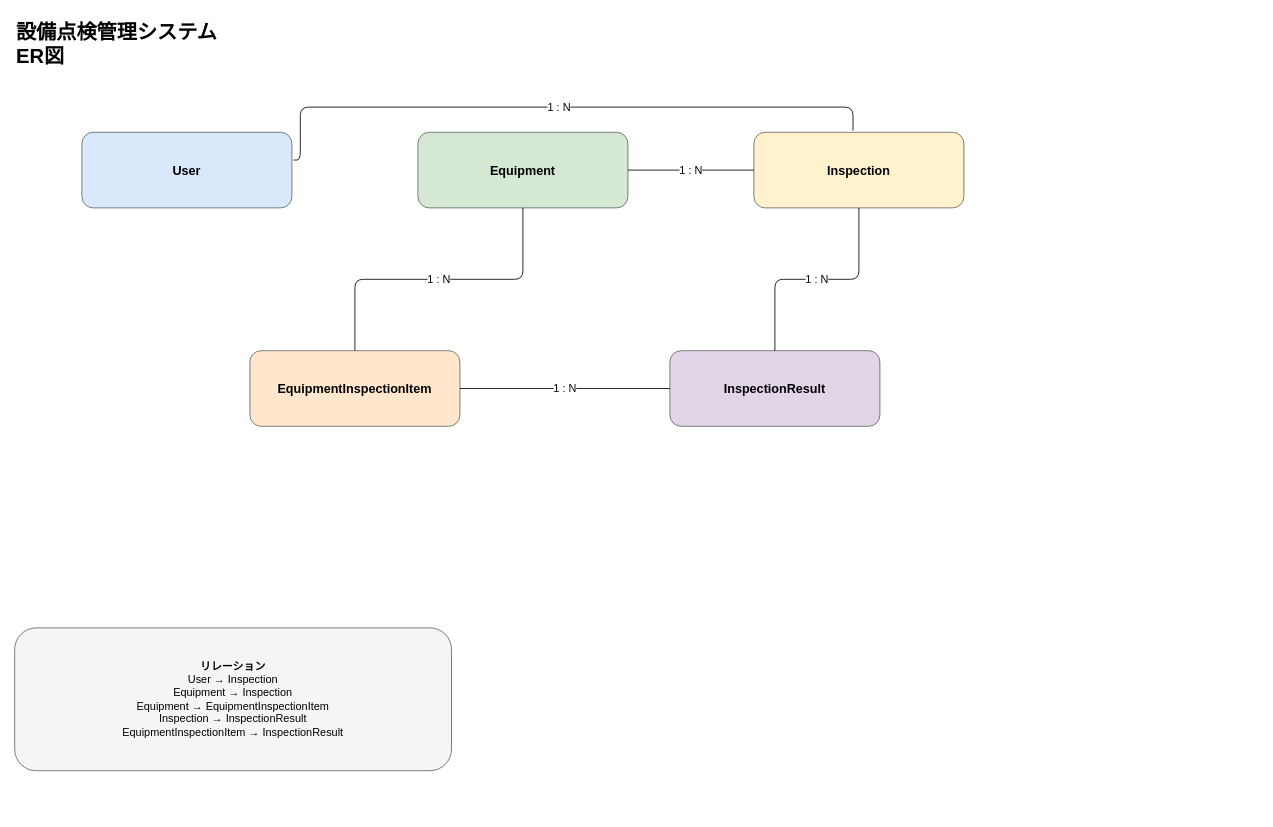
mae134/equipment-inspection-system keeps this draw.io diagram as docs/design/02-er-diagram.drawio. Above is the earlier version. Source tidied: cells renumbered, new cells numbered last; positions are measured from the earlier drawing's top-left corner, leaving out a move shared by most shapes. Both pictures are drawn from the tidied source at 84%, with x=0, y=0 at pixel (14, 14).
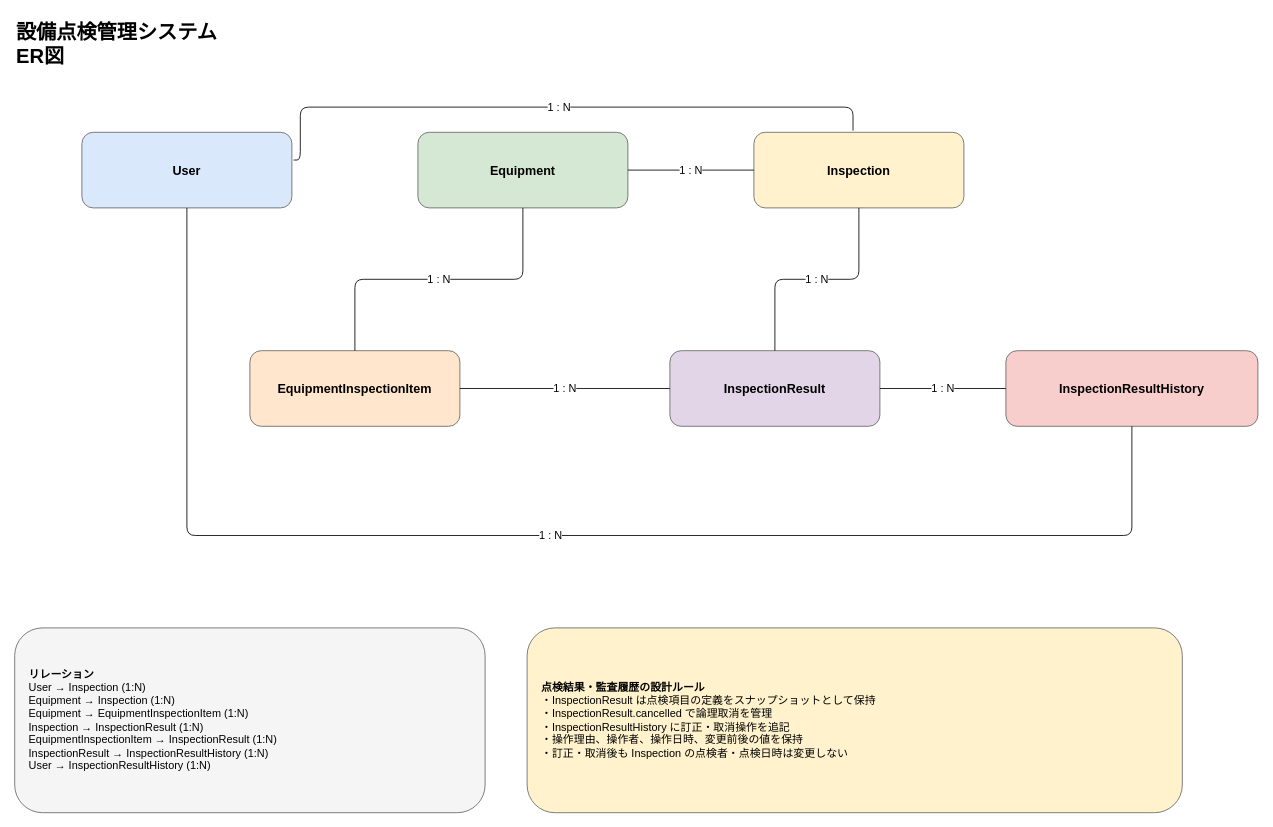
The same page after the edit.

Commit message (it also covers changes not shown here):
docs: update ER diagram with inspection result history

Unchanged cells that the change refers to:
```xml
<mxCell id="3" value="User" style="rounded=1;whiteSpace=wrap;html=1;fillColor=#dae8fc;strokeColor=#666666;fontStyle=1;fontSize=15;" parent="1" vertex="1">
  <mxGeometry x="80" y="140" width="250" height="90" as="geometry" />
</mxCell>
<mxCell id="7" value="InspectionResult" style="rounded=1;whiteSpace=wrap;html=1;fillColor=#e1d5e7;strokeColor=#666666;fontStyle=1;fontSize=15;" parent="1" vertex="1">
  <mxGeometry x="780" y="400" width="250" height="90" as="geometry" />
</mxCell>
```

What changed in the source:
```diff
@@
+    <mxCell id="14" value="InspectionResultHistory" style="rounded=1;whiteSpace=wrap;html=1;fillColor=#f8cecc;strokeColor=#666666;fontStyle=1;fontSize=15;" parent="1" vertex="1">
+      <mxGeometry x="1180" y="400" width="300" height="90" as="geometry" />
+    </mxCell>
@@
+    <mxCell id="15" value="1 : N" style="edgeStyle=orthogonalEdgeStyle;html=1;endArrow=none;startArrow=none;fontSize=13;labelBackgroundColor=#ffffff;" parent="1" edge="1" source="7" target="14">
+      <mxGeometry relative="1" as="geometry" />
+    </mxCell>
+    <mxCell id="16" value="1 : N" style="edgeStyle=orthogonalEdgeStyle;html=1;endArrow=none;startArrow=none;fontSize=13;labelBackgroundColor=#ffffff;exitX=0.5;exitY=1;exitDx=0;exitDy=0;entryX=0.5;entryY=1;entryDx=0;entryDy=0;" parent="1" edge="1" source="3" target="14">
+      <mxGeometry relative="1" as="geometry">
+        <Array as="points">
+          <mxPoint x="205" y="620" />
+          <mxPoint x="1330" y="620" />
+        </Array>
+      </mxGeometry>
+    </mxCell>
-    <mxCell id="13" value="&lt;b&gt;リレーション&lt;/b&gt;&lt;br/&gt;User → Inspection&lt;br/&gt;Equipment → Inspection&lt;br/&gt;Equipment → EquipmentInspectionItem&lt;br/&gt;Inspection → InspectionResult&lt;br/&gt;EquipmentInspectionItem → InspectionResult" style="rounded=1;whiteSpace=wrap;html=1;fillColor=#f5f5f5;strokeColor=#666666;fontSize=13;" parent="1" vertex="1">
-      <mxGeometry y="730" width="520" height="170" as="geometry" />
+    <mxCell id="13" value="&lt;b&gt;リレーション&lt;/b&gt;&lt;br&gt;User → Inspection (1:N)&lt;br&gt;Equipment → Inspection (1:N)&lt;br&gt;Equipment → EquipmentInspectionItem (1:N)&lt;br&gt;Inspection → InspectionResult (1:N)&lt;br&gt;EquipmentInspectionItem → InspectionResult (1:N)&lt;br&gt;InspectionResult → InspectionResultHistory (1:N)&lt;br&gt;User → InspectionResultHistory (1:N)" style="rounded=1;whiteSpace=wrap;html=1;fillColor=#f5f5f5;strokeColor=#666666;fontSize=13;align=left;spacingLeft=15;" parent="1" vertex="1">
+      <mxGeometry y="730" width="560" height="220" as="geometry" />
     </mxCell>
+    <mxCell id="17" value="&lt;b&gt;点検結果・監査履歴の設計ルール&lt;/b&gt;&lt;br&gt;・InspectionResult は点検項目の定義をスナップショットとして保持&lt;br&gt;・InspectionResult.cancelled で論理取消を管理&lt;br&gt;・InspectionResultHistory に訂正・取消操作を追記&lt;br&gt;・操作理由、操作者、操作日時、変更前後の値を保持&lt;br&gt;・訂正・取消後も Inspection の点検者・点検日時は変更しない" style="rounded=1;whiteSpace=wrap;html=1;fillColor=#fff2cc;strokeColor=#666666;fontSize=13;align=left;spacingLeft=15;" parent="1" vertex="1">
+      <mxGeometry x="610" y="730" width="780" height="220" as="geometry" />
+    </mxCell>
```
